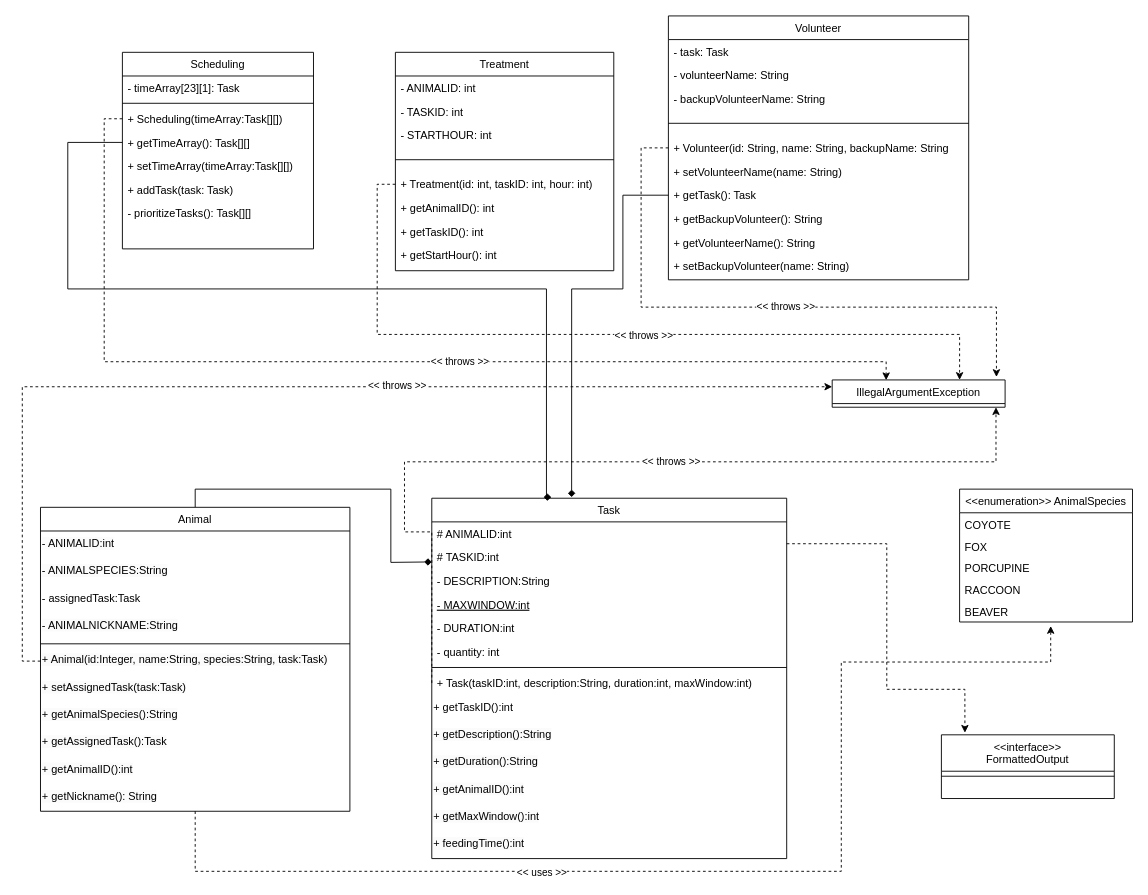
Above: Project-UML.drawio in arminsandhu/ZooKeeper-Scheduler (draw.io), before the change. Source tidied: cells renumbered, new cells numbered last; positions are measured from the earlier drawing's top-left corner, leaving out a move shared by most shapes. Both pictures are drawn from the tidied source at 91%, with x=0, y=0 at pixel (40, 15).
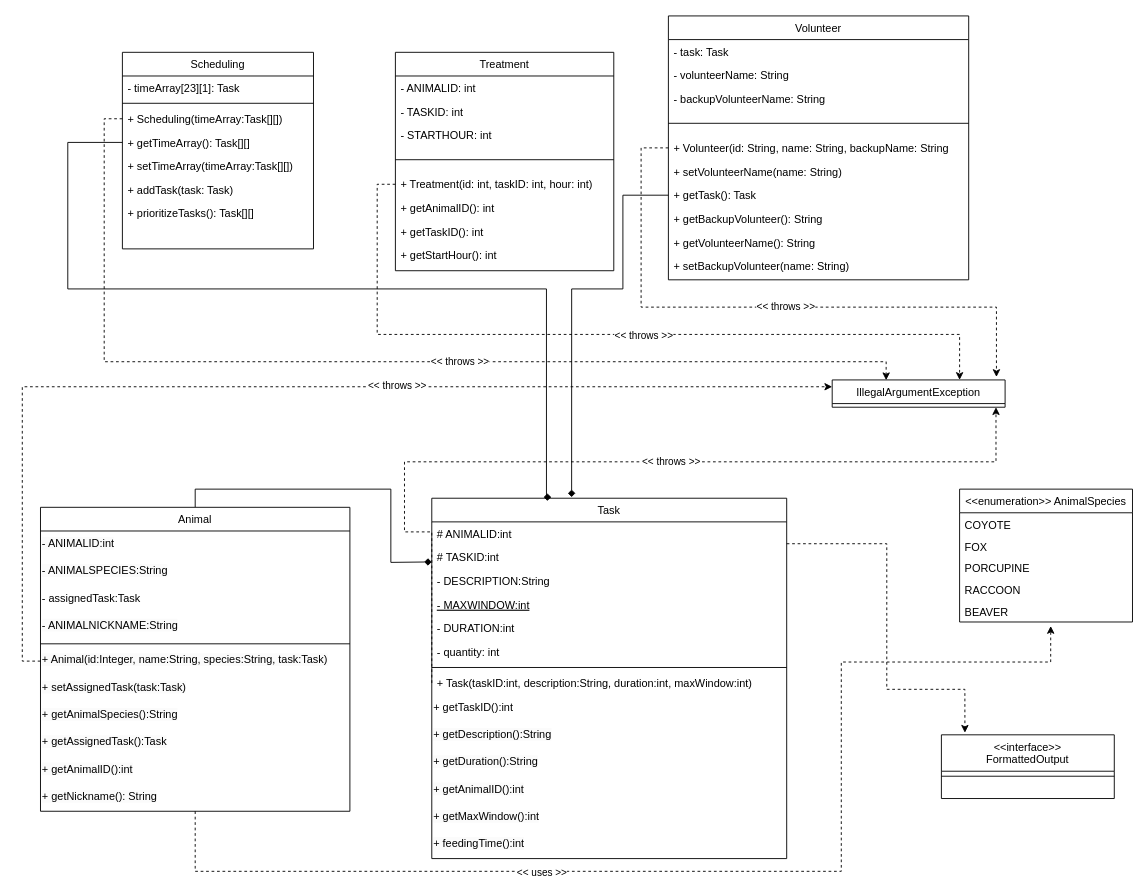
The same page after the edit.

Unchanged cells that the change refers to:
```xml
<mxCell id="2" value="Scheduling" style="swimlane;fontStyle=0;align=center;verticalAlign=top;horizontal=1;startSize=26;rounded=0;shadow=0;strokeWidth=1;" parent="1" vertex="1">
  <mxGeometry x="90" y="40" width="210" height="216" as="geometry" />
</mxCell>
```

Change to the diagram source:
```diff
@@
-    <mxCell id="9" value="- prioritizeTasks(): Task[][]" style="text;align=left;verticalAlign=top;spacingLeft=4;spacingRight=4;overflow=hidden;" parent="2" vertex="1">
+    <mxCell id="9" value="+ prioritizeTasks(): Task[][]" style="text;align=left;verticalAlign=top;spacingLeft=4;spacingRight=4;overflow=hidden;" parent="2" vertex="1">
       <mxGeometry y="164" width="210" height="26" as="geometry" />
     </mxCell>
```
